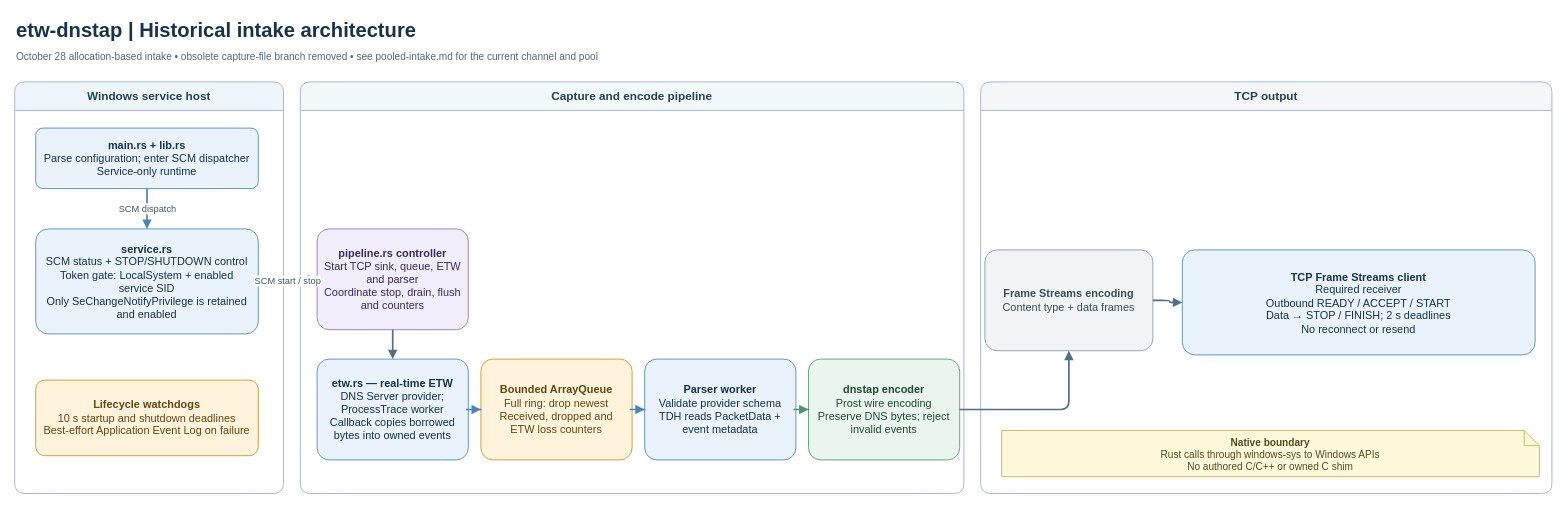
Earlier version of the draw.io diagram docs/diagrams/code-architecture.drawio (miketheitguy/etw-dnstap). Source tidied: cells renumbered, new cells numbered last; positions are measured from the earlier drawing's top-left corner, leaving out a move shared by most shapes. Both pictures are drawn from the tidied source at 84%, with x=0, y=0 at pixel (14, 14).
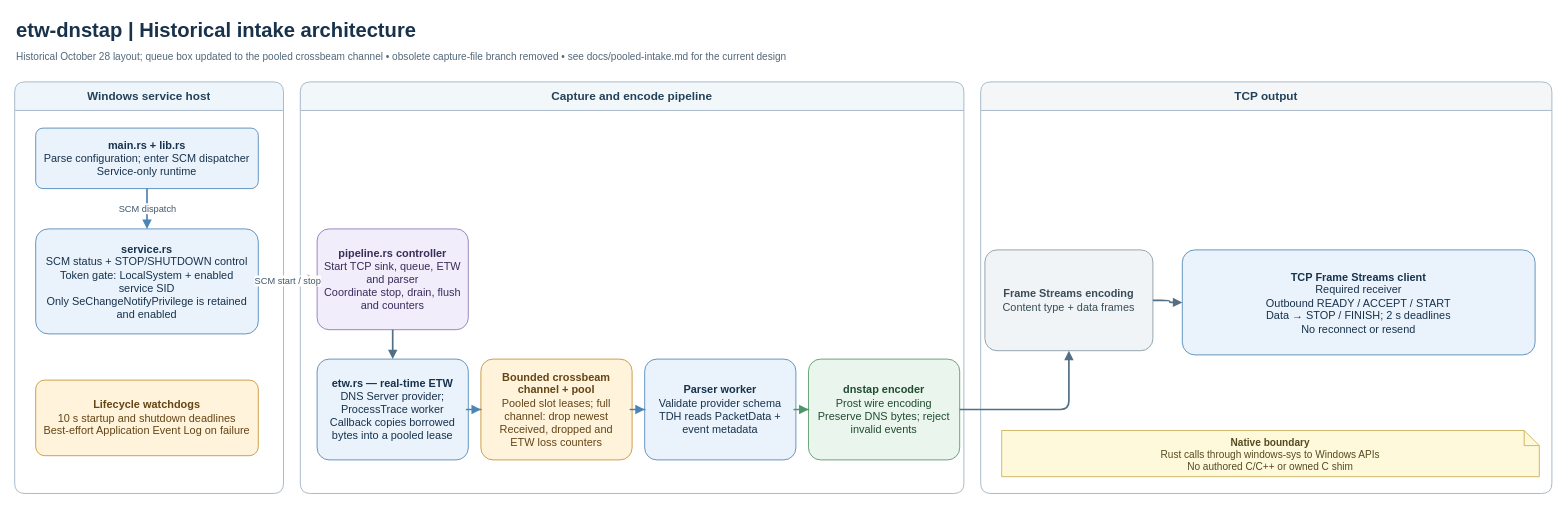
After the change.

Change to the diagram source:
```diff
@@
-    <mxCell id="3" value="October 28 allocation-based intake • obsolete capture-file branch removed • see pooled-intake.md for the current channel and pool" style="text;align=left;verticalAlign=middle;fontSize=12;fontColor=#526779;html=1;whiteSpace=wrap;overflow=hidden;" parent="1" vertex="1">
+    <mxCell id="3" value="Historical October 28 layout; queue box updated to the pooled crossbeam channel • obsolete capture-file branch removed • see docs/pooled-intake.md for the current design" style="text;align=left;verticalAlign=middle;fontSize=12;fontColor=#526779;html=1;whiteSpace=wrap;overflow=hidden;" parent="1" vertex="1">
       <mxGeometry y="38" width="1820" height="25" as="geometry" />
     </mxCell>
@@
-    <mxCell id="11" value="&lt;b&gt;etw.rs — real-time ETW&lt;/b&gt;&lt;br&gt;DNS Server provider; ProcessTrace worker&lt;br&gt;Callback copies borrowed bytes into owned events" style="rounded=1;arcSize=12;fillColor=#eaf3fb;strokeColor=#4b84b5;fontColor=#17324d;fontSize=13;spacing=8;html=1;whiteSpace=wrap;overflow=hidden;" parent="1" vertex="1">
+    <mxCell id="11" value="&lt;b&gt;etw.rs — real-time ETW&lt;/b&gt;&lt;br&gt;DNS Server provider; ProcessTrace worker&lt;br&gt;Callback copies borrowed bytes into a pooled lease" style="rounded=1;arcSize=12;fillColor=#eaf3fb;strokeColor=#4b84b5;fontColor=#17324d;fontSize=13;spacing=8;html=1;whiteSpace=wrap;overflow=hidden;" parent="1" vertex="1">
       <mxGeometry x="360" y="410" width="180" height="120" as="geometry" />
     </mxCell>
-    <mxCell id="12" value="&lt;b&gt;Bounded ArrayQueue&lt;/b&gt;&lt;br&gt;Full ring: drop newest&lt;br&gt;Received, dropped and ETW loss counters" style="rounded=1;arcSize=12;fillColor=#fff3db;strokeColor=#c6902d;fontColor=#644516;fontSize=13;spacing=8;html=1;whiteSpace=wrap;overflow=hidden;" parent="1" vertex="1">
+    <mxCell id="12" value="&lt;b&gt;Bounded crossbeam channel + pool&lt;/b&gt;&lt;br&gt;Pooled slot leases; full channel: drop newest&lt;br&gt;Received, dropped and ETW loss counters" style="rounded=1;arcSize=12;fillColor=#fff3db;strokeColor=#c6902d;fontColor=#644516;fontSize=13;spacing=8;html=1;whiteSpace=wrap;overflow=hidden;" parent="1" vertex="1">
       <mxGeometry x="555" y="410" width="180" height="120" as="geometry" />
     </mxCell>
```
